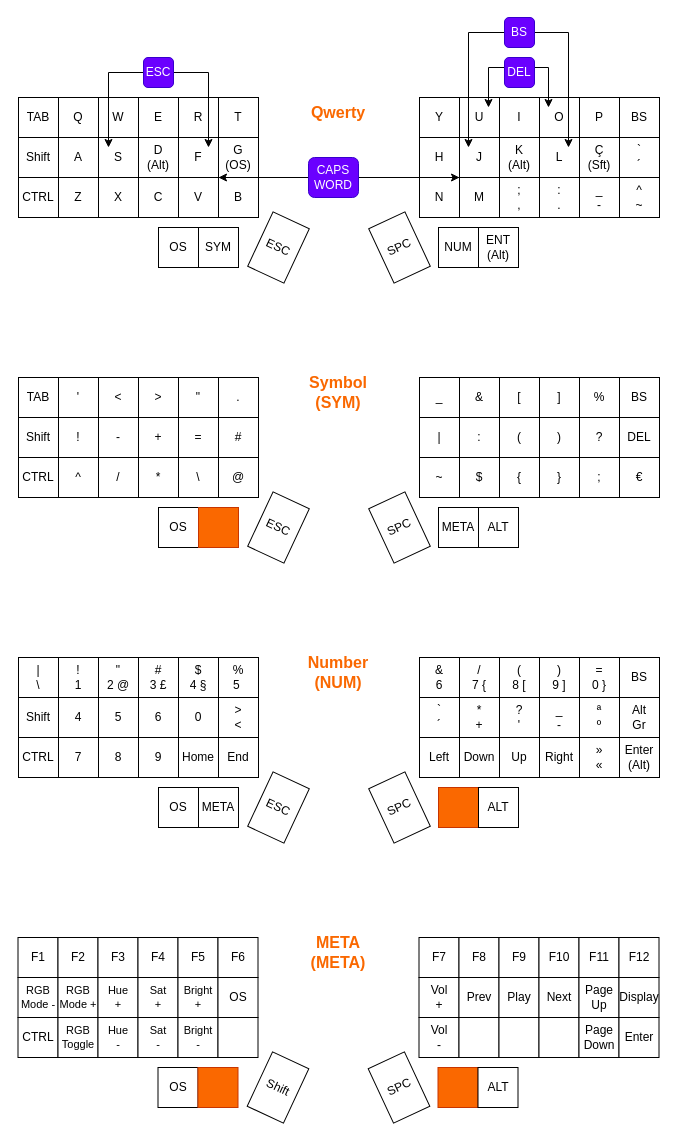
Above: keymap.drawio in easilok/qmk-build (draw.io), before the change. Source tidied: cells renumbered, new cells numbered last; positions are measured from the earlier drawing's top-left corner, leaving out a move shared by most shapes. Both pictures are drawn from the tidied source at 100%, with x=0, y=0 at pixel (18, 17).
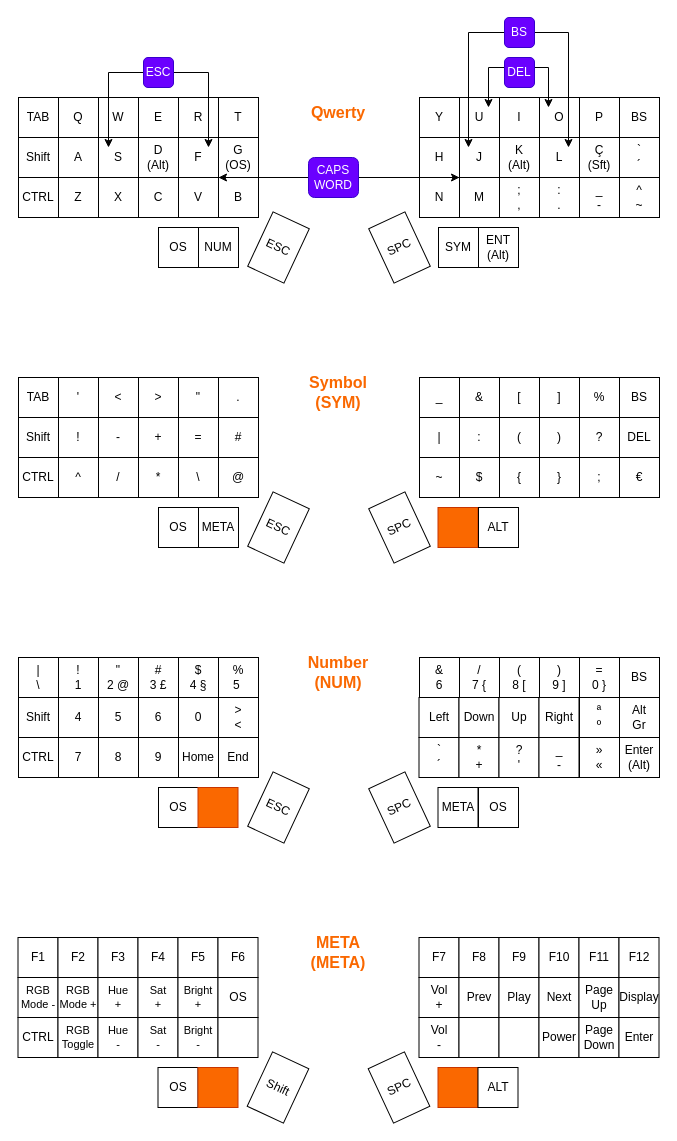
After the change.

Commit message (it also covers changes not shown here):
Updated keyboard schematic

What changed in the source:
```diff
@@
-    <mxCell id="39" value="SYM" style="rounded=0;whiteSpace=wrap;html=1;" parent="1" vertex="1">
+    <mxCell id="39" value="NUM" style="rounded=0;whiteSpace=wrap;html=1;" parent="1" vertex="1">
       <mxGeometry x="180" y="210" width="40" height="40" as="geometry" />
     </mxCell>
@@
-    <mxCell id="42" value="NUM" style="rounded=0;whiteSpace=wrap;html=1;" parent="1" vertex="1">
+    <mxCell id="42" value="SYM" style="rounded=0;whiteSpace=wrap;html=1;" parent="1" vertex="1">
       <mxGeometry x="420" y="210" width="40" height="40" as="geometry" />
     </mxCell>
@@
     <mxCell id="94" style="rounded=0;whiteSpace=wrap;html=1;fillColor=#fa6800;fontColor=#000000;strokeColor=#C73500;" parent="1" vertex="1">
-      <mxGeometry x="180" y="490" width="40" height="40" as="geometry" />
+      <mxGeometry x="419.5" y="490" width="40" height="40" as="geometry" />
     </mxCell>
@@
     <mxCell id="97" value="META" style="rounded=0;whiteSpace=wrap;html=1;" parent="1" vertex="1">
-      <mxGeometry x="420" y="490" width="40" height="40" as="geometry" />
+      <mxGeometry x="180" y="490" width="40" height="40" as="geometry" />
     </mxCell>
@@
     <mxCell id="112" value="`&lt;br&gt;´" style="rounded=0;whiteSpace=wrap;html=1;" parent="1" vertex="1">
-      <mxGeometry x="401" y="680" width="40" height="40" as="geometry" />
+      <mxGeometry x="400.5" y="720" width="40" height="40" as="geometry" />
     </mxCell>
     <mxCell id="113" value="*&lt;br&gt;+" style="rounded=0;whiteSpace=wrap;html=1;" parent="1" vertex="1">
-      <mxGeometry x="441" y="680" width="40" height="40" as="geometry" />
+      <mxGeometry x="440.5" y="720" width="40" height="40" as="geometry" />
     </mxCell>
     <mxCell id="114" value="?&lt;br&gt;'" style="rounded=0;whiteSpace=wrap;html=1;" parent="1" vertex="1">
-      <mxGeometry x="481" y="680" width="40" height="40" as="geometry" />
+      <mxGeometry x="480.5" y="720" width="40" height="40" as="geometry" />
     </mxCell>
     <mxCell id="115" value="_&lt;br&gt;-" style="rounded=0;whiteSpace=wrap;html=1;" parent="1" vertex="1">
-      <mxGeometry x="521" y="680" width="40" height="40" as="geometry" />
+      <mxGeometry x="520.5" y="720" width="40" height="40" as="geometry" />
     </mxCell>
@@
     <mxCell id="118" value="Left" style="rounded=0;whiteSpace=wrap;html=1;" parent="1" vertex="1">
-      <mxGeometry x="401" y="720" width="40" height="40" as="geometry" />
+      <mxGeometry x="400.5" y="680" width="40" height="40" as="geometry" />
     </mxCell>
     <mxCell id="119" value="Down" style="rounded=0;whiteSpace=wrap;html=1;" parent="1" vertex="1">
-      <mxGeometry x="441" y="720" width="40" height="40" as="geometry" />
+      <mxGeometry x="440.5" y="680" width="40" height="40" as="geometry" />
     </mxCell>
     <mxCell id="120" value="Up" style="rounded=0;whiteSpace=wrap;html=1;" parent="1" vertex="1">
-      <mxGeometry x="481" y="720" width="40" height="40" as="geometry" />
+      <mxGeometry x="480.5" y="680" width="40" height="40" as="geometry" />
     </mxCell>
     <mxCell id="121" value="Right" style="rounded=0;whiteSpace=wrap;html=1;" parent="1" vertex="1">
-      <mxGeometry x="521" y="720" width="40" height="40" as="geometry" />
+      <mxGeometry x="520.5" y="680" width="40" height="40" as="geometry" />
     </mxCell>
@@
     <mxCell id="140" style="rounded=0;whiteSpace=wrap;html=1;fillColor=#fa6800;fontColor=#000000;strokeColor=#C73500;" parent="1" vertex="1">
-      <mxGeometry x="420" y="770" width="40" height="40" as="geometry" />
+      <mxGeometry x="179.5" y="770" width="40" height="40" as="geometry" />
     </mxCell>
-    <mxCell id="141" value="ALT" style="rounded=0;whiteSpace=wrap;html=1;" parent="1" vertex="1">
+    <mxCell id="141" value="OS" style="rounded=0;whiteSpace=wrap;html=1;" parent="1" vertex="1">
       <mxGeometry x="460" y="770" width="40" height="40" as="geometry" />
     </mxCell>
@@
     <mxCell id="143" value="META" style="rounded=0;whiteSpace=wrap;html=1;" parent="1" vertex="1">
-      <mxGeometry x="180" y="770" width="40" height="40" as="geometry" />
+      <mxGeometry x="419.5" y="770" width="40" height="40" as="geometry" />
     </mxCell>
@@
-    <mxCell id="165" style="rounded=0;whiteSpace=wrap;html=1;" parent="1" vertex="1">
+    <mxCell id="165" value="Power" style="rounded=0;whiteSpace=wrap;html=1;" parent="1" vertex="1">
       <mxGeometry x="520.5" y="1000" width="40" height="40" as="geometry" />
     </mxCell>
```
